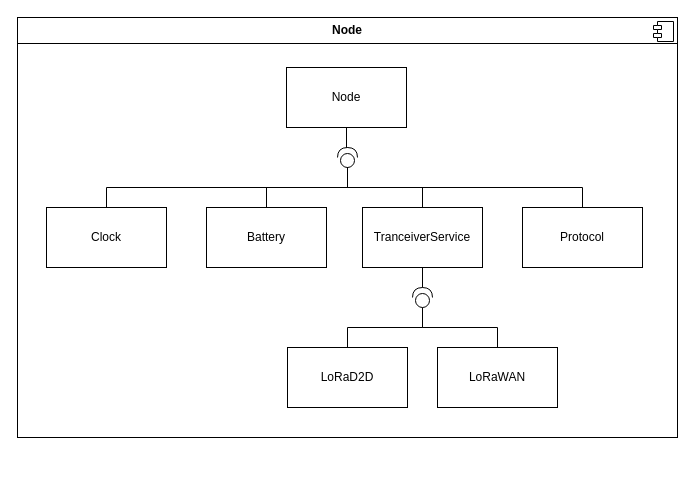
The draw.io diagram Figures/technicalAnalysis/simulator/node/node_block.drawio in Mikkelnn/ES8-Project, before the edit. Source tidied: cells renumbered, new cells numbered last; positions are measured from the earlier drawing's top-left corner, leaving out a move shared by most shapes. Both pictures are drawn from the tidied source at 100%, with x=0, y=0 at pixel (17, 17).
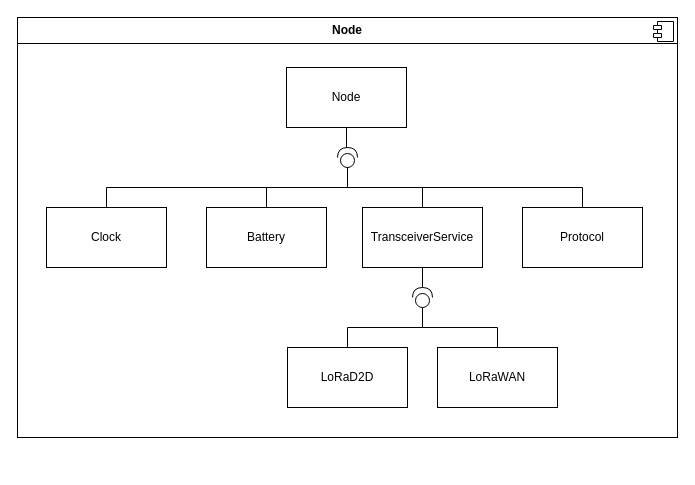
After the change.

Diff of the diagram source:
```diff
@@
-    <mxCell id="11" value="TranceiverService" style="rounded=0;whiteSpace=wrap;html=1;" parent="1" vertex="1">
+    <mxCell id="11" value="TransceiverService" style="rounded=0;whiteSpace=wrap;html=1;" parent="1" vertex="1">
       <mxGeometry x="345" y="190" width="120" height="60" as="geometry" />
     </mxCell>
```
